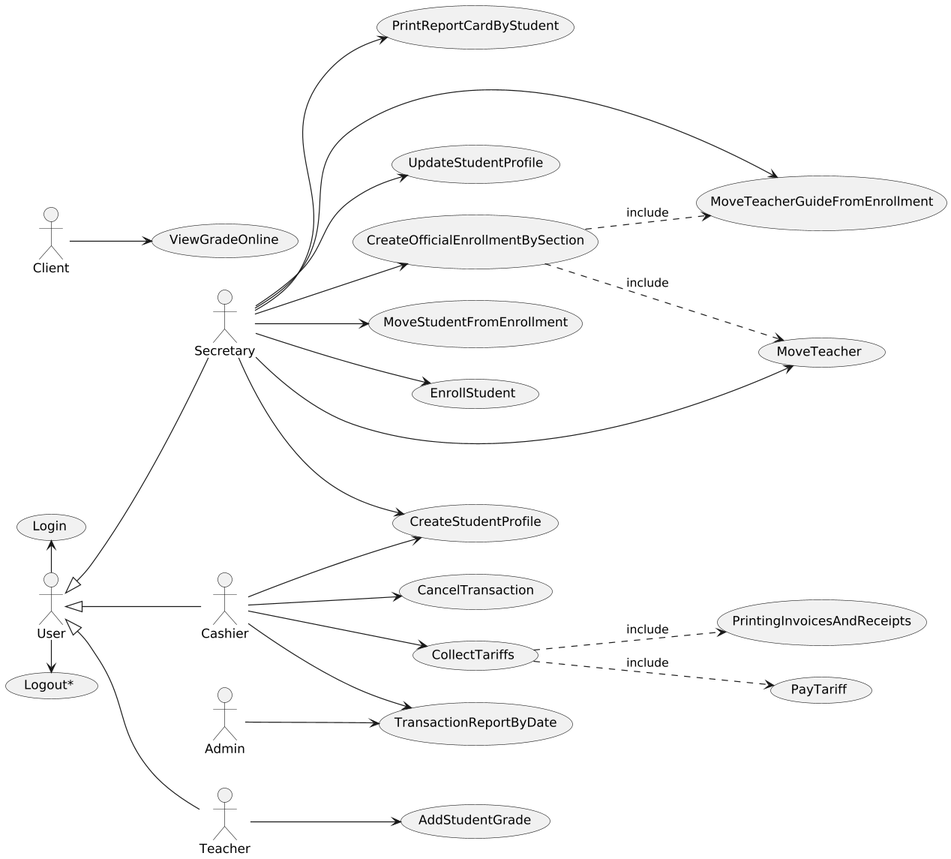
wsmcbl/wsmcbl.doc keeps this PlantUML diagram as out/UseCaseView/UseCases.png. Above is the earlier version.
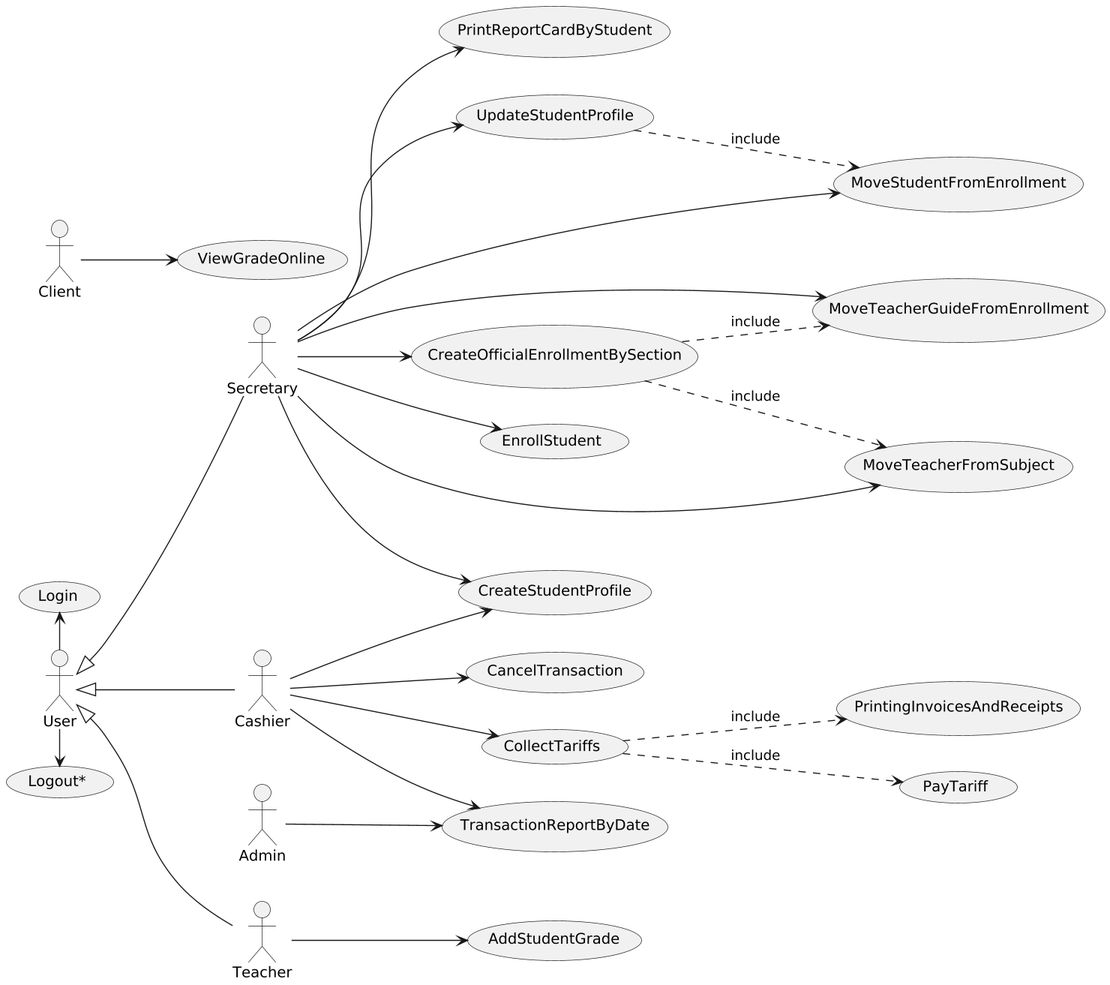
Above is the later version.

Change to the diagram source:
```diff
@@ -50,11 +50,9 @@
 CollectTariffs ..> CU60 : include
 
 
-
-
 usecase CU15 as "ViewGradeOnline"
 usecase CU16 as "UpdateStudentProfile"
-usecase CU22 as "MoveTeacher"
+usecase CU22 as "MoveTeacherFromSubject"
 usecase CU23 as "MoveStudentFromEnrollment"
 usecase CU73 as "CancelTransaction"
 usecase CU75 as "TransactionReportByDate"
@@ -73,4 +71,6 @@
 
 CreateOfficialEnrollmentBySection ..> CU22 : include
 
+CU16 ..> CU23 : include
+
 @enduml
```
